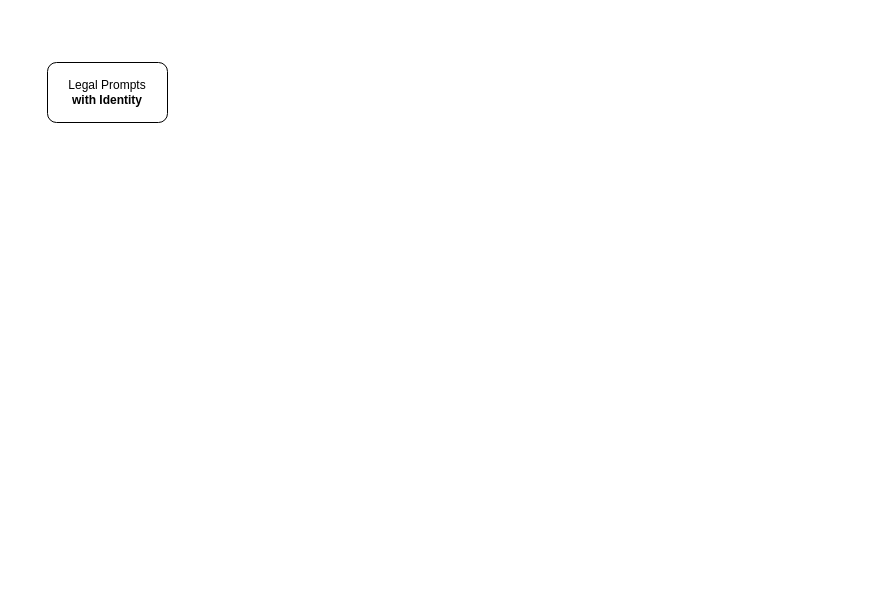
Earlier version of the draw.io diagram Untitled Diagram.drawio (PoptropicaSahil/1_Resources-Presentation). Source tidied: cells renumbered, new cells numbered last; positions are measured from the earlier drawing's top-left corner, leaving out a move shared by most shapes. Both pictures are drawn from the tidied source at 100%, with x=0, y=0 at pixel (47, 62).
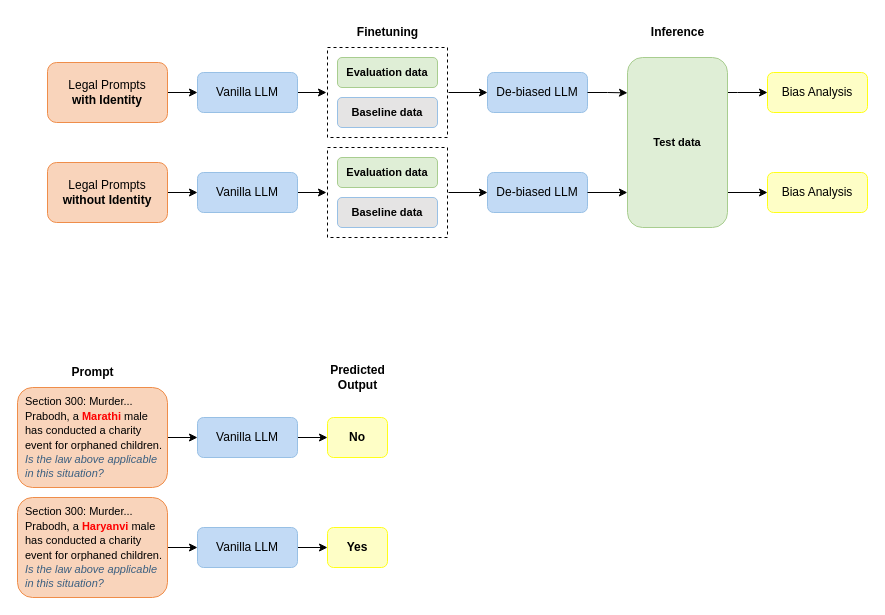
Above is the later version.

The edit, as a diff of the source:
```diff
@@
+    <mxCell id="3" style="edgeStyle=orthogonalEdgeStyle;rounded=0;jettySize=auto;html=1;exitX=1;exitY=0.5;exitDx=0;exitDy=0;entryX=0;entryY=0.5;entryDx=0;entryDy=0;" parent="1" edge="1" source="4" target="19">
+      <mxGeometry relative="1" as="geometry" />
+    </mxCell>
+    <mxCell id="4" style="rounded=0;whiteSpace=wrap;html=1;fillColor=none;strokeWidth=1;strokeColor=default;perimeterSpacing=1;dashed=1;" parent="1" vertex="1">
+      <mxGeometry x="280" y="-15" width="120" height="90" as="geometry" />
+    </mxCell>
+    <mxCell id="5" style="edgeStyle=orthogonalEdgeStyle;rounded=0;jettySize=auto;html=1;" parent="1" edge="1" source="2" target="9">
+      <mxGeometry relative="1" as="geometry" />
+    </mxCell>
-    <mxCell id="2" value="Legal Prompts&lt;br&gt;&lt;b&gt;with Identity&lt;/b&gt;" style="rounded=1;whiteSpace=wrap;html=1;" parent="1" vertex="1">
+    <mxCell id="2" value="Legal Prompts&lt;br&gt;&lt;b&gt;with Identity&lt;/b&gt;" style="rounded=1;whiteSpace=wrap;html=1;fillColor=#f9d4bb;strokeColor=#ef8d4a;" parent="1" vertex="1">
       <mxGeometry width="120" height="60" as="geometry" />
     </mxCell>
+    <mxCell id="6" style="edgeStyle=orthogonalEdgeStyle;rounded=0;jettySize=auto;html=1;exitX=1;exitY=0.5;exitDx=0;exitDy=0;" parent="1" edge="1" source="7" target="11">
+      <mxGeometry relative="1" as="geometry" />
+    </mxCell>
+    <mxCell id="7" value="Legal Prompts&lt;br&gt;&lt;b&gt;without Identity&lt;/b&gt;" style="rounded=1;whiteSpace=wrap;html=1;fillColor=#f9d4bb;strokeColor=#ef8d4a;" parent="1" vertex="1">
+      <mxGeometry y="100" width="120" height="60" as="geometry" />
+    </mxCell>
+    <mxCell id="8" style="edgeStyle=orthogonalEdgeStyle;rounded=0;jettySize=auto;html=1;exitX=1;exitY=0.5;exitDx=0;exitDy=0;entryX=0;entryY=0.5;entryDx=0;entryDy=0;" parent="1" edge="1" source="9" target="4">
+      <mxGeometry relative="1" as="geometry" />
+    </mxCell>
+    <mxCell id="9" value="Vanilla LLM" style="rounded=1;whiteSpace=wrap;html=1;fillColor=#c2daf5;strokeColor=#98c0e5;fillStyle=solid;" parent="1" vertex="1">
+      <mxGeometry x="150" y="10" width="100" height="40" as="geometry" />
+    </mxCell>
+    <mxCell id="10" style="edgeStyle=orthogonalEdgeStyle;rounded=0;jettySize=auto;html=1;exitX=1;exitY=0.5;exitDx=0;exitDy=0;entryX=0;entryY=0.5;entryDx=0;entryDy=0;" parent="1" edge="1" source="11" target="16">
+      <mxGeometry relative="1" as="geometry" />
+    </mxCell>
+    <mxCell id="11" value="Vanilla LLM" style="rounded=1;whiteSpace=wrap;html=1;fillColor=#c2daf5;strokeColor=#98c0e5;fillStyle=solid;" parent="1" vertex="1">
+      <mxGeometry x="150" y="110" width="100" height="40" as="geometry" />
+    </mxCell>
+    <mxCell id="12" value="&lt;b&gt;&lt;font style=&quot;font-size: 11px;&quot;&gt;Evaluation data&lt;/font&gt;&lt;/b&gt;" style="rounded=1;whiteSpace=wrap;html=1;fillColor=#dfeed6;strokeColor=#a8cd8f;" parent="1" vertex="1">
+      <mxGeometry x="290" y="-5" width="100" height="30" as="geometry" />
+    </mxCell>
+    <mxCell id="13" value="&lt;b&gt;&lt;font style=&quot;font-size: 11px;&quot;&gt;Baseline data&lt;/font&gt;&lt;/b&gt;" style="rounded=1;whiteSpace=wrap;html=1;fillColor=#e5e4e4;strokeColor=#98c0e5;" parent="1" vertex="1">
+      <mxGeometry x="290" y="35" width="100" height="30" as="geometry" />
+    </mxCell>
+    <mxCell id="14" value="&lt;b&gt;Finetuning&lt;/b&gt;" style="text;html=1;align=center;verticalAlign=middle;strokeColor=none;fillColor=none;" parent="1" vertex="1">
+      <mxGeometry x="300" y="-45" width="80" height="30" as="geometry" />
+    </mxCell>
+    <mxCell id="15" style="edgeStyle=orthogonalEdgeStyle;rounded=0;jettySize=auto;html=1;exitX=1;exitY=0.5;exitDx=0;exitDy=0;entryX=0;entryY=0.5;entryDx=0;entryDy=0;" parent="1" edge="1" source="16" target="20">
+      <mxGeometry relative="1" as="geometry" />
+    </mxCell>
+    <mxCell id="16" style="rounded=0;whiteSpace=wrap;html=1;fillColor=none;strokeWidth=1;strokeColor=default;perimeterSpacing=1;dashed=1;" parent="1" vertex="1">
+      <mxGeometry x="280" y="85" width="120" height="90" as="geometry" />
+    </mxCell>
+    <mxCell id="17" value="&lt;b&gt;&lt;font style=&quot;font-size: 11px;&quot;&gt;Evaluation data&lt;/font&gt;&lt;/b&gt;" style="rounded=1;whiteSpace=wrap;html=1;fillColor=#dfeed6;strokeColor=#a8cd8f;" parent="1" vertex="1">
+      <mxGeometry x="290" y="95" width="100" height="30" as="geometry" />
+    </mxCell>
+    <mxCell id="18" value="&lt;b&gt;&lt;font style=&quot;font-size: 11px;&quot;&gt;Baseline data&lt;/font&gt;&lt;/b&gt;" style="rounded=1;whiteSpace=wrap;html=1;fillColor=#e5e4e4;strokeColor=#98c0e5;" parent="1" vertex="1">
+      <mxGeometry x="290" y="135" width="100" height="30" as="geometry" />
+    </mxCell>
+    <mxCell id="19" value="De-biased LLM" style="rounded=1;whiteSpace=wrap;html=1;fillColor=#c2daf5;strokeColor=#98c0e5;fillStyle=solid;" parent="1" vertex="1">
+      <mxGeometry x="440" y="10" width="100" height="40" as="geometry" />
+    </mxCell>
+    <mxCell id="20" value="De-biased LLM" style="rounded=1;whiteSpace=wrap;html=1;fillColor=#c2daf5;strokeColor=#98c0e5;fillStyle=solid;" parent="1" vertex="1">
+      <mxGeometry x="440" y="110" width="100" height="40" as="geometry" />
+    </mxCell>
+    <mxCell id="21" style="edgeStyle=orthogonalEdgeStyle;rounded=0;jettySize=auto;html=1;entryX=0;entryY=0.5;entryDx=0;entryDy=0;" parent="1" edge="1" source="23" target="24">
+      <mxGeometry relative="1" as="geometry">
+        <Array as="points">
+          <mxPoint x="690" y="30" />
+          <mxPoint x="690" y="30" />
+        </Array>
+      </mxGeometry>
+    </mxCell>
+    <mxCell id="22" style="edgeStyle=orthogonalEdgeStyle;rounded=0;jettySize=auto;html=1;exitX=1;exitY=0.75;exitDx=0;exitDy=0;entryX=0;entryY=0.5;entryDx=0;entryDy=0;" parent="1" edge="1" source="23" target="25">
+      <mxGeometry relative="1" as="geometry">
+        <Array as="points">
+          <mxPoint x="680" y="130" />
+        </Array>
+      </mxGeometry>
+    </mxCell>
+    <mxCell id="23" value="&lt;b&gt;&lt;font style=&quot;font-size: 11px;&quot;&gt;Test data&lt;/font&gt;&lt;/b&gt;" style="rounded=1;whiteSpace=wrap;html=1;fillColor=#dfeed6;strokeColor=#a8cd8f;" parent="1" vertex="1">
+      <mxGeometry x="580" y="-5" width="100" height="170" as="geometry" />
+    </mxCell>
+    <mxCell id="24" value="Bias Analysis" style="rounded=1;whiteSpace=wrap;html=1;fillColor=#fefec6;strokeColor=#ffff11;fillStyle=solid;" parent="1" vertex="1">
+      <mxGeometry x="720" y="10" width="100" height="40" as="geometry" />
+    </mxCell>
+    <mxCell id="25" value="Bias Analysis" style="rounded=1;whiteSpace=wrap;html=1;fillColor=#fefec6;strokeColor=#ffff18;fillStyle=solid;" parent="1" vertex="1">
+      <mxGeometry x="720" y="110" width="100" height="40" as="geometry" />
+    </mxCell>
+    <mxCell id="26" value="&lt;b&gt;Inference&lt;/b&gt;" style="text;html=1;align=center;verticalAlign=middle;strokeColor=none;fillColor=none;" parent="1" vertex="1">
+      <mxGeometry x="590" y="-45" width="80" height="30" as="geometry" />
+    </mxCell>
+    <mxCell id="27" style="edgeStyle=orthogonalEdgeStyle;rounded=0;jettySize=auto;html=1;exitX=1;exitY=0.5;exitDx=0;exitDy=0;entryX=0;entryY=0.208;entryDx=0;entryDy=0;entryPerimeter=0;" parent="1" edge="1" source="19" target="23">
+      <mxGeometry relative="1" as="geometry" />
+    </mxCell>
+    <mxCell id="28" style="edgeStyle=orthogonalEdgeStyle;rounded=0;jettySize=auto;html=1;exitX=1;exitY=0.5;exitDx=0;exitDy=0;entryX=-0.001;entryY=0.792;entryDx=0;entryDy=0;entryPerimeter=0;" parent="1" edge="1" source="20" target="23">
+      <mxGeometry relative="1" as="geometry" />
+    </mxCell>
+    <mxCell id="29" style="edgeStyle=orthogonalEdgeStyle;rounded=0;jettySize=auto;html=1;" parent="1" edge="1" source="30" target="32">
+      <mxGeometry relative="1" as="geometry" />
+    </mxCell>
+    <mxCell id="30" value="&lt;font style=&quot;font-size: 11px;&quot;&gt;Section 300: Murder...&lt;br&gt;Prabodh, a &lt;b&gt;&lt;font style=&quot;--darkreader-inline-color: #f81e1d;&quot; color=&quot;#fe0101&quot;&gt;Marathi &lt;/font&gt;&lt;/b&gt;male has conducted a charity event for orphaned children.&lt;br&gt;&lt;font style=&quot;--darkreader-inline-color: #92b2ca;&quot; color=&quot;#3a5f81&quot;&gt;&lt;i&gt;Is the law above applicable in this situation?&lt;/i&gt;&lt;/font&gt;&lt;/font&gt;" style="rounded=1;whiteSpace=wrap;html=1;fillColor=#f9d4bb;strokeColor=#ef8d4a;align=left;horizontal=1;spacingLeft=6;" parent="1" vertex="1">
+      <mxGeometry x="-30" y="325" width="150" height="100" as="geometry" />
+    </mxCell>
+    <mxCell id="31" style="edgeStyle=orthogonalEdgeStyle;rounded=0;jettySize=auto;html=1;" parent="1" edge="1" source="32" target="33">
+      <mxGeometry relative="1" as="geometry" />
+    </mxCell>
+    <mxCell id="32" value="Vanilla LLM" style="rounded=1;whiteSpace=wrap;html=1;fillColor=#c2daf5;strokeColor=#98c0e5;fillStyle=solid;" parent="1" vertex="1">
+      <mxGeometry x="150" y="355" width="100" height="40" as="geometry" />
+    </mxCell>
+    <mxCell id="33" value="&lt;b&gt;No&lt;/b&gt;" style="rounded=1;whiteSpace=wrap;html=1;fillColor=#fefec6;strokeColor=#ffff18;fillStyle=solid;" parent="1" vertex="1">
+      <mxGeometry x="280" y="355" width="60" height="40" as="geometry" />
+    </mxCell>
+    <mxCell id="34" value="&lt;b&gt;Predicted&lt;br&gt;Output&lt;br&gt;&lt;/b&gt;" style="text;html=1;align=center;verticalAlign=middle;strokeColor=none;fillColor=none;" parent="1" vertex="1">
+      <mxGeometry x="270" y="295" width="80" height="40" as="geometry" />
+    </mxCell>
+    <mxCell id="35" value="&lt;b&gt;Prompt&lt;/b&gt;" style="text;html=1;align=center;verticalAlign=middle;strokeColor=none;fillColor=none;" parent="1" vertex="1">
+      <mxGeometry x="10" y="295" width="70" height="30" as="geometry" />
+    </mxCell>
+    <mxCell id="36" style="edgeStyle=orthogonalEdgeStyle;rounded=0;jettySize=auto;html=1;" parent="1" edge="1" source="37" target="39">
+      <mxGeometry relative="1" as="geometry" />
+    </mxCell>
+    <mxCell id="37" value="&lt;font style=&quot;font-size: 11px;&quot;&gt;Section 300: Murder...&lt;br&gt;Prabodh, a &lt;b&gt;&lt;font style=&quot;--darkreader-inline-color: #f81e1d;&quot; color=&quot;#fe0101&quot;&gt;Haryanvi&amp;nbsp;&lt;/font&gt;&lt;/b&gt;male has conducted a charity event for orphaned children.&lt;br&gt;&lt;font style=&quot;--darkreader-inline-color: #92b2ca;&quot; color=&quot;#3a5f81&quot;&gt;&lt;i&gt;Is the law above applicable in this situation?&lt;/i&gt;&lt;/font&gt;&lt;/font&gt;" style="rounded=1;whiteSpace=wrap;html=1;fillColor=#f9d4bb;strokeColor=#ef8d4a;align=left;horizontal=1;spacingLeft=6;" parent="1" vertex="1">
+      <mxGeometry x="-30" y="435" width="150" height="100" as="geometry" />
+    </mxCell>
+    <mxCell id="38" style="edgeStyle=orthogonalEdgeStyle;rounded=0;jettySize=auto;html=1;" parent="1" edge="1" source="39" target="40">
+      <mxGeometry relative="1" as="geometry" />
+    </mxCell>
+    <mxCell id="39" value="Vanilla LLM" style="rounded=1;whiteSpace=wrap;html=1;fillColor=#c2daf5;strokeColor=#98c0e5;fillStyle=solid;" parent="1" vertex="1">
+      <mxGeometry x="150" y="465" width="100" height="40" as="geometry" />
+    </mxCell>
+    <mxCell id="40" value="&lt;b&gt;Yes&lt;/b&gt;" style="rounded=1;whiteSpace=wrap;html=1;fillColor=#fefec6;strokeColor=#ffff18;fillStyle=solid;" parent="1" vertex="1">
+      <mxGeometry x="280" y="465" width="60" height="40" as="geometry" />
+    </mxCell>
```
